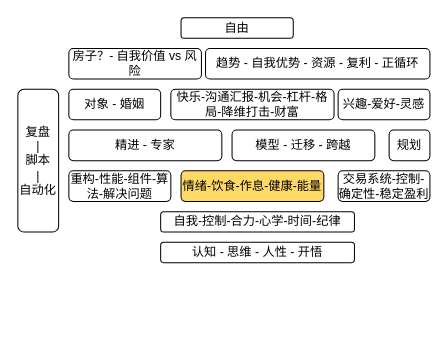
Before: menus/第二阶段.drawio in Asamiyaa/microservice-k8s-yun, a draw.io diagram. Source tidied: cells renumbered, new cells numbered last; positions are measured from the earlier drawing's top-left corner, leaving out a move shared by most shapes. Both pictures are drawn from the tidied source at 102%, with x=0, y=0 at pixel (17, 17).
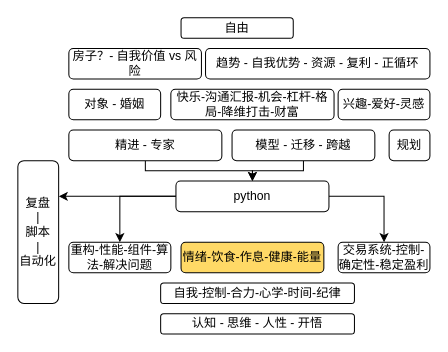
The same page after the edit.

Commit message:
更新第二阶段.drawio

Unchanged cells that the change refers to:
```xml
<mxCell id="13" value="精进 - 专家" style="rounded=1;whiteSpace=wrap;html=1;" parent="1" vertex="1">
  <mxGeometry x="50" y="110" width="150" height="30" as="geometry" />
</mxCell>
<mxCell id="14" value="模型 - 迁移 - 跨越" style="rounded=1;whiteSpace=wrap;html=1;" parent="1" vertex="1">
  <mxGeometry x="210" y="110" width="140" height="30" as="geometry" />
</mxCell>
```

The edit, as a diff of the source:
```diff
@@
     <mxCell id="2" value="自我-控制-合力-心学-时间-纪律" style="rounded=1;whiteSpace=wrap;html=1;" parent="1" vertex="1">
-      <mxGeometry x="140" y="190" width="190" height="20" as="geometry" />
+      <mxGeometry x="140" y="260" width="190" height="20" as="geometry" />
     </mxCell>
     <mxCell id="3" value="重构-性能-组件-算法-解决问题" style="rounded=1;whiteSpace=wrap;html=1;" parent="1" vertex="1">
-      <mxGeometry x="50" y="150" width="100" height="30" as="geometry" />
+      <mxGeometry x="50" y="220" width="100" height="30" as="geometry" />
     </mxCell>
     <mxCell id="4" value="情绪-饮食-作息-健康-能量" style="rounded=1;whiteSpace=wrap;html=1;fillColor=#FFD966;" parent="1" vertex="1">
-      <mxGeometry x="160" y="150" width="140" height="30" as="geometry" />
+      <mxGeometry x="160" y="220" width="140" height="30" as="geometry" />
     </mxCell>
     <mxCell id="5" value="交易系统-控制-确定性-稳定盈利" style="rounded=1;whiteSpace=wrap;html=1;" parent="1" vertex="1">
-      <mxGeometry x="314" y="150" width="90" height="30" as="geometry" />
+      <mxGeometry x="314" y="220" width="90" height="30" as="geometry" />
     </mxCell>
@@
     <mxCell id="12" value="认知 - 思维 - 人性 - 开悟" style="rounded=1;whiteSpace=wrap;html=1;" parent="1" vertex="1">
-      <mxGeometry x="140" y="220" width="190" height="20" as="geometry" />
+      <mxGeometry x="140" y="290" width="190" height="20" as="geometry" />
     </mxCell>
+    <mxCell id="17" style="edgeStyle=orthogonalEdgeStyle;rounded=0;jettySize=auto;html=1;exitX=0.5;exitY=1;exitDx=0;exitDy=0;entryX=0.5;entryY=0;entryDx=0;entryDy=0;" parent="1" edge="1" source="13" target="22">
+      <mxGeometry relative="1" as="geometry">
+        <Array as="points">
+          <mxPoint x="125" y="150" />
+          <mxPoint x="230" y="150" />
+        </Array>
+      </mxGeometry>
+    </mxCell>
@@
+    <mxCell id="18" style="edgeStyle=orthogonalEdgeStyle;rounded=0;jettySize=auto;html=1;exitX=0.5;exitY=1;exitDx=0;exitDy=0;entryX=0.5;entryY=0;entryDx=0;entryDy=0;" parent="1" edge="1" source="14" target="22">
+      <mxGeometry relative="1" as="geometry">
+        <Array as="points">
+          <mxPoint x="280" y="150" />
+          <mxPoint x="230" y="150" />
+        </Array>
+      </mxGeometry>
+    </mxCell>
@@
     <mxCell id="15" value="复盘&lt;br&gt;|&lt;br&gt;脚本&lt;br&gt;|&lt;br&gt;自动化" style="rounded=1;whiteSpace=wrap;html=1;" parent="1" vertex="1">
-      <mxGeometry y="70" width="40" height="140" as="geometry" />
+      <mxGeometry y="140" width="40" height="140" as="geometry" />
     </mxCell>
@@
+    <mxCell id="19" style="edgeStyle=orthogonalEdgeStyle;rounded=0;jettySize=auto;html=1;exitX=1;exitY=0.5;exitDx=0;exitDy=0;entryX=0.5;entryY=0;entryDx=0;entryDy=0;" parent="1" edge="1" source="22" target="5">
+      <mxGeometry relative="1" as="geometry" />
+    </mxCell>
+    <mxCell id="20" style="edgeStyle=orthogonalEdgeStyle;rounded=0;jettySize=auto;html=1;exitX=0;exitY=0.5;exitDx=0;exitDy=0;entryX=0.5;entryY=0;entryDx=0;entryDy=0;" parent="1" edge="1" source="22" target="3">
+      <mxGeometry relative="1" as="geometry" />
+    </mxCell>
+    <mxCell id="21" style="edgeStyle=orthogonalEdgeStyle;rounded=0;jettySize=auto;html=1;exitX=0;exitY=0.5;exitDx=0;exitDy=0;entryX=1;entryY=0.25;entryDx=0;entryDy=0;" parent="1" edge="1" source="22" target="15">
+      <mxGeometry relative="1" as="geometry" />
+    </mxCell>
+    <mxCell id="22" value="python" style="rounded=1;whiteSpace=wrap;html=1;" parent="1" vertex="1">
+      <mxGeometry x="155" y="160" width="150" height="30" as="geometry" />
+    </mxCell>
```
